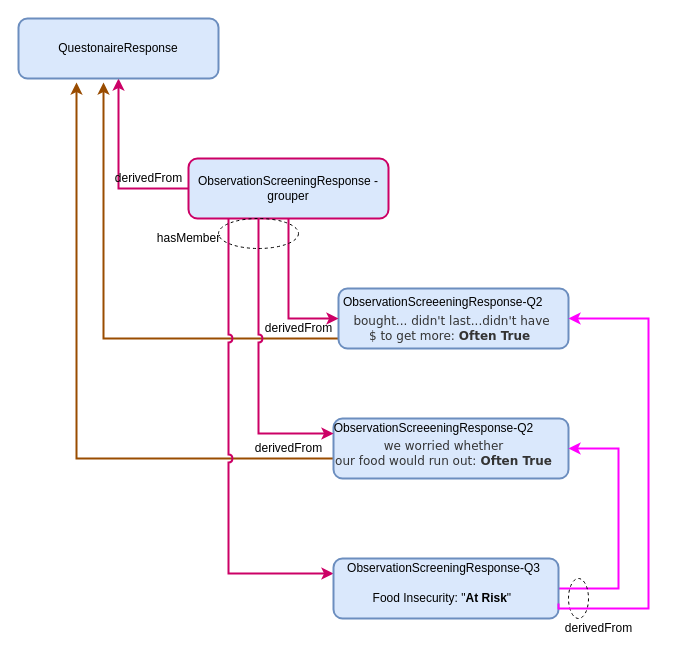
Earlier version of the draw.io diagram Images Source/OSR-Relationships.drawio (HL7/fhir-sdoh-clinicalcare). Source tidied: cells renumbered, new cells numbered last; positions are measured from the earlier drawing's top-left corner, leaving out a move shared by most shapes. Both pictures are drawn from the tidied source at 100%, with x=0, y=0 at pixel (18, 18).
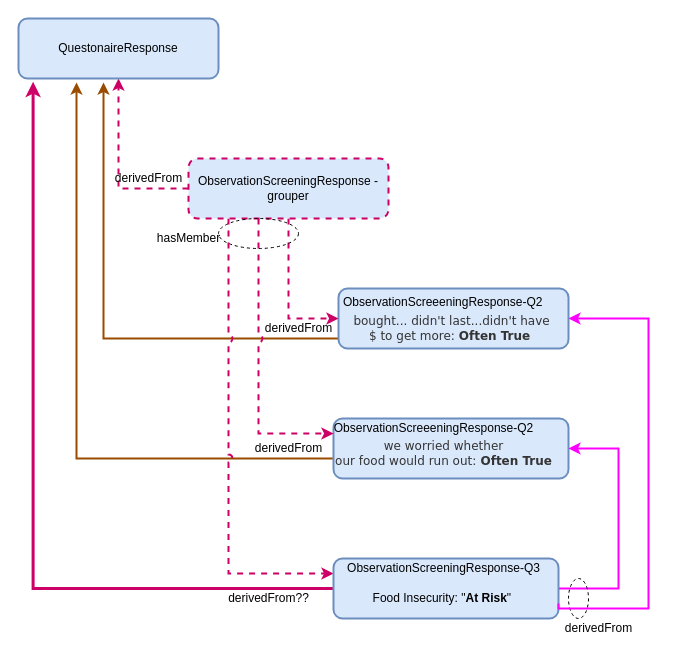
The same diagram, later.

Unchanged cells that the change refers to:
```xml
<mxCell id="3" style="rounded=1;whiteSpace=wrap;html=1;strokeWidth=2;fillColor=#dae8fc;strokeColor=#6c8ebf;" parent="1" vertex="1">
  <mxGeometry x="320" y="270" width="230" height="60" as="geometry" />
</mxCell>
<mxCell id="5" style="rounded=1;whiteSpace=wrap;html=1;strokeWidth=2;fillColor=#dae8fc;strokeColor=#6c8ebf;" parent="1" vertex="1">
  <mxGeometry x="315" y="400" width="235" height="60" as="geometry" />
</mxCell>
<mxCell id="11" value="QuestonaireResponse" style="rounded=1;whiteSpace=wrap;html=1;strokeWidth=2;fillColor=#dae8fc;strokeColor=#6c8ebf;" parent="1" vertex="1">
  <mxGeometry width="200" height="60" as="geometry" />
</mxCell>
<mxCell id="13" style="rounded=1;whiteSpace=wrap;html=1;strokeWidth=2;fillColor=#dae8fc;strokeColor=#6c8ebf;" parent="1" vertex="1">
  <mxGeometry x="315" y="540" width="225" height="60" as="geometry" />
</mxCell>
```

Change to the diagram source:
```diff
@@
-    <mxCell id="6" style="edgeStyle=orthogonalEdgeStyle;rounded=0;jettySize=auto;html=1;entryX=0.5;entryY=1;entryDx=0;entryDy=0;strokeWidth=2;strokeColor=#CC0066;" parent="1" edge="1" source="10" target="11">
+    <mxCell id="6" style="edgeStyle=orthogonalEdgeStyle;rounded=0;jettySize=auto;html=1;entryX=0.5;entryY=1;entryDx=0;entryDy=0;strokeWidth=2;strokeColor=#CC0066;dashed=1;" parent="1" edge="1" source="10" target="11">
       <mxGeometry relative="1" as="geometry">
         <Array as="points">
           <mxPoint x="100" y="170" />
         </Array>
       </mxGeometry>
     </mxCell>
-    <mxCell id="7" style="edgeStyle=orthogonalEdgeStyle;rounded=0;jettySize=auto;html=1;entryX=0;entryY=0.25;entryDx=0;entryDy=0;strokeColor=#CC0066;jumpStyle=arc;strokeWidth=2;" parent="1" edge="1" source="10" target="13">
+    <mxCell id="7" style="edgeStyle=orthogonalEdgeStyle;rounded=0;jettySize=auto;html=1;entryX=0;entryY=0.25;entryDx=0;entryDy=0;strokeColor=#CC0066;jumpStyle=arc;strokeWidth=2;dashed=1;" parent="1" edge="1" source="10" target="13">
       <mxGeometry relative="1" as="geometry">
         <Array as="points">
           <mxPoint x="210" y="555" />
         </Array>
       </mxGeometry>
     </mxCell>
-    <mxCell id="8" style="edgeStyle=orthogonalEdgeStyle;rounded=0;jumpStyle=arc;jettySize=auto;html=1;strokeColor=#CC0066;entryX=0;entryY=0.25;entryDx=0;entryDy=0;strokeWidth=2;" parent="1" edge="1" source="10" target="5">
+    <mxCell id="8" style="edgeStyle=orthogonalEdgeStyle;rounded=0;jumpStyle=arc;jettySize=auto;html=1;strokeColor=#CC0066;entryX=0;entryY=0.25;entryDx=0;entryDy=0;strokeWidth=2;dashed=1;" parent="1" edge="1" source="10" target="5">
       <mxGeometry relative="1" as="geometry">
         <Array as="points">
           <mxPoint x="240" y="415" />
         </Array>
       </mxGeometry>
     </mxCell>
-    <mxCell id="9" style="edgeStyle=orthogonalEdgeStyle;rounded=0;jumpStyle=arc;jettySize=auto;html=1;strokeColor=#CC0066;entryX=0;entryY=0.5;entryDx=0;entryDy=0;strokeWidth=2;" parent="1" edge="1" source="10" target="3">
+    <mxCell id="9" style="edgeStyle=orthogonalEdgeStyle;rounded=0;jumpStyle=arc;jettySize=auto;html=1;strokeColor=#CC0066;entryX=0;entryY=0.5;entryDx=0;entryDy=0;strokeWidth=2;dashed=1;" parent="1" edge="1" source="10" target="3">
       <mxGeometry relative="1" as="geometry" />
     </mxCell>
-    <mxCell id="10" value="ObservationScreeningResponse - grouper" style="rounded=1;whiteSpace=wrap;html=1;strokeWidth=2;fillColor=#dae8fc;strokeColor=#CC0066;" parent="1" vertex="1">
+    <mxCell id="10" value="ObservationScreeningResponse - grouper" style="rounded=1;whiteSpace=wrap;html=1;strokeWidth=2;fillColor=#dae8fc;strokeColor=#CC0066;dashed=1;" parent="1" vertex="1">
       <mxGeometry x="170" y="140" width="200" height="60" as="geometry" />
     </mxCell>
@@
+    <mxCell id="28" style="edgeStyle=orthogonalEdgeStyle;rounded=0;jumpStyle=arc;jettySize=auto;html=1;startArrow=none;startFill=0;endArrow=classic;endFill=1;strokeColor=#CC0066;strokeWidth=3;entryX=0.073;entryY=1.054;entryDx=0;entryDy=0;entryPerimeter=0;" parent="1" edge="1" source="13" target="11">
+      <mxGeometry relative="1" as="geometry" />
+    </mxCell>
@@
+    <mxCell id="29" value="derivedFrom??" style="text;html=1;align=center;verticalAlign=middle;strokeColor=none;fillColor=none;" parent="1" vertex="1">
+      <mxGeometry x="200" y="570" width="100" height="20" as="geometry" />
+    </mxCell>
```
